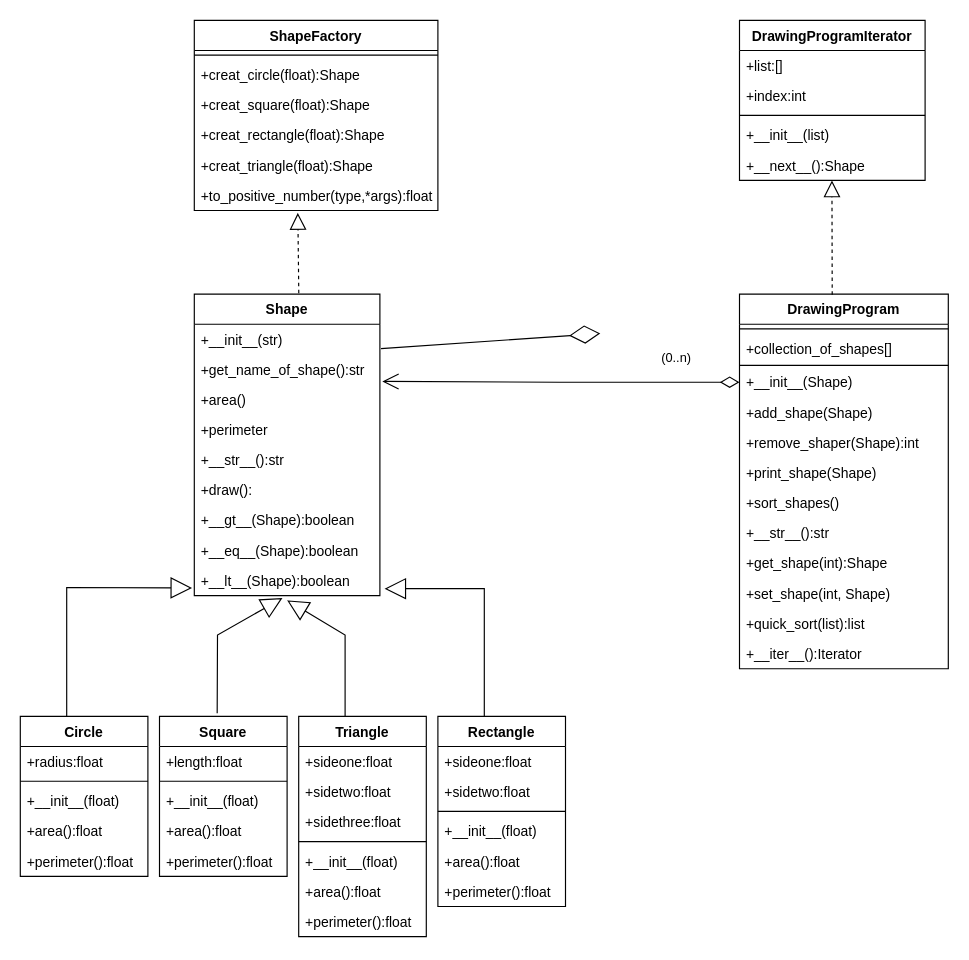
The draw.io diagram shapeUML.drawio in jing1988ab/shape_assingment, before the edit. Source tidied: cells renumbered, new cells numbered last; positions are measured from the earlier drawing's top-left corner, leaving out a move shared by most shapes. Both pictures are drawn from the tidied source at 116%, with x=0, y=0 at pixel (20, 20).
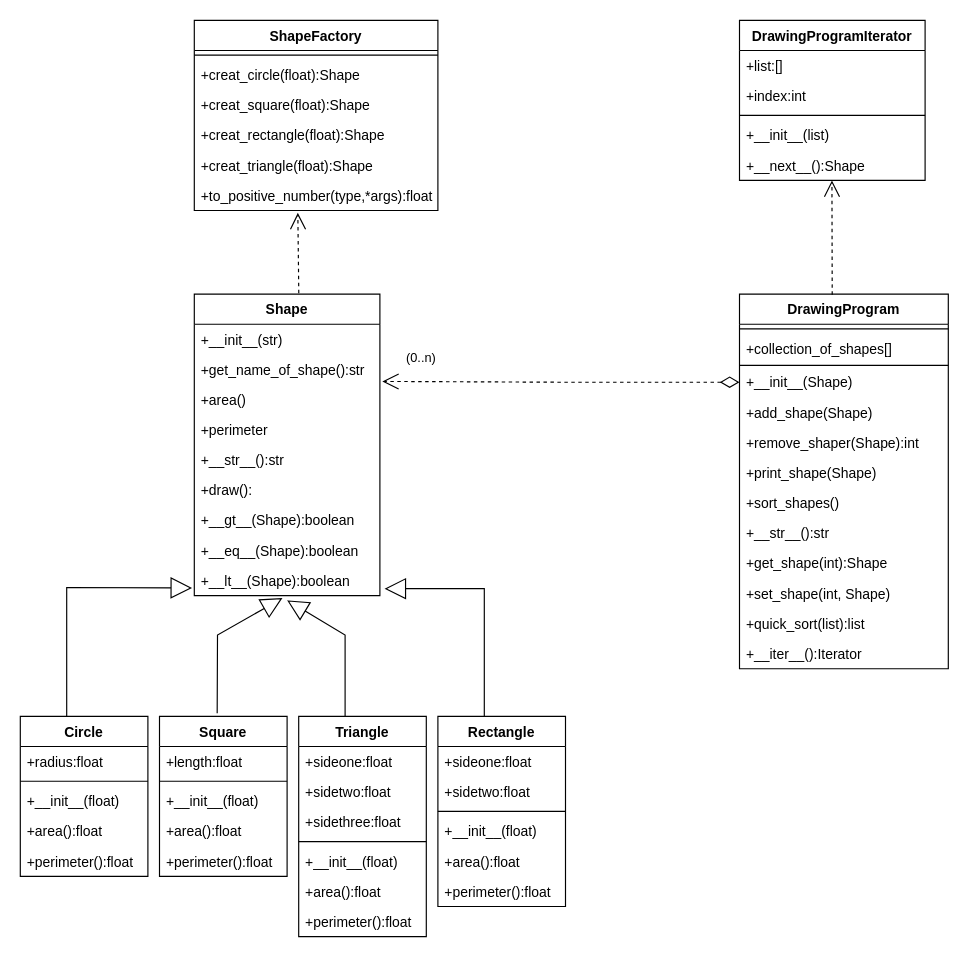
After the change.

Commit message (it also covers changes not shown here):
update uml diagram

The change refers to these unchanged cells:
```xml
<mxCell id="2" value="Shape" style="swimlane;fontStyle=1;align=center;verticalAlign=top;horizontal=1;startSize=26;" parent="1" vertex="1">
  <mxGeometry x="150" y="236" width="160" height="260" as="geometry" />
</mxCell>
<mxCell id="3" value="+__init__(str)" style="text;strokeColor=none;fillColor=none;align=left;verticalAlign=top;spacingLeft=4;spacingRight=4;overflow=hidden;points=[[0,0.5],[1,0.5]];portConstraint=eastwest;" parent="2" vertex="1">
  <mxGeometry y="26" width="160" height="26" as="geometry" />
</mxCell>
<mxCell id="5" value="+area()" style="text;strokeColor=none;fillColor=none;align=left;verticalAlign=top;spacingLeft=4;spacingRight=4;overflow=hidden;points=[[0,0.5],[1,0.5]];portConstraint=eastwest;" parent="2" vertex="1">
  <mxGeometry y="78" width="160" height="26" as="geometry" />
</mxCell>
<mxCell id="12" value="DrawingProgram" style="swimlane;fontStyle=1;align=center;verticalAlign=top;horizontal=1;startSize=26;fillColor=default;gradientColor=none;" parent="1" vertex="1">
  <mxGeometry x="620" y="236" width="180" height="323" as="geometry" />
</mxCell>
<mxCell id="16" value="+__init__(Shape)" style="text;strokeColor=none;fillColor=none;align=left;verticalAlign=top;spacingLeft=4;spacingRight=4;overflow=hidden;points=[[0,0.5],[1,0.5]];portConstraint=eastwest;" parent="12" vertex="1">
  <mxGeometry y="63" width="180" height="26" as="geometry" />
</mxCell>
<mxCell id="61" value="+to_positive_number(type,*args):float" style="text;strokeColor=none;fillColor=none;align=left;verticalAlign=top;spacingLeft=4;spacingRight=4;overflow=hidden;points=[[0,0.5],[1,0.5]];portConstraint=eastwest;" parent="55" vertex="1">
  <mxGeometry y="138" width="210" height="26" as="geometry" />
</mxCell>
```

Diff of the diagram source:
```diff
@@
-    <mxCell id="33" style="endArrow=diamondThin;endFill=0;endSize=24;html=1;rounded=0;exitX=1.006;exitY=0.808;exitDx=0;exitDy=0;exitPerimeter=0;" parent="1" edge="1" source="3">
-      <mxGeometry relative="1" as="geometry">
-        <mxPoint x="500" y="270" as="targetPoint" />
-      </mxGeometry>
-    </mxCell>
@@
-    <mxCell id="68" value="(0..n)" style="endArrow=open;html=1;endSize=12;startArrow=diamondThin;startSize=14;startFill=0;edgeStyle=orthogonalEdgeStyle;align=left;verticalAlign=bottom;rounded=0;exitX=0;exitY=0.5;exitDx=0;exitDy=0;entryX=1.013;entryY=-0.103;entryDx=0;entryDy=0;entryPerimeter=0;" parent="1" edge="1" source="16" target="5">
-      <mxGeometry x="-0.55" y="-12" relative="1" as="geometry" />
+    <mxCell id="68" value="(0..n)" style="endArrow=open;html=1;endSize=12;startArrow=diamondThin;startSize=14;startFill=0;edgeStyle=orthogonalEdgeStyle;align=left;verticalAlign=bottom;rounded=0;exitX=0;exitY=0.5;exitDx=0;exitDy=0;entryX=1.013;entryY=-0.103;entryDx=0;entryDy=0;entryPerimeter=0;dashed=1;" parent="1" edge="1" source="16" target="5">
+      <mxGeometry x="0.88" y="-11" relative="1" as="geometry" />
     </mxCell>
@@
-    <mxCell id="72" style="endArrow=block;dashed=1;endFill=0;endSize=12;html=1;rounded=0;entryX=0.425;entryY=1.077;entryDx=0;entryDy=0;entryPerimeter=0;exitX=0.563;exitY=-0.003;exitDx=0;exitDy=0;exitPerimeter=0;" parent="1" edge="1" source="2" target="61">
+    <mxCell id="72" style="endArrow=open;dashed=1;endFill=0;endSize=12;html=1;rounded=0;entryX=0.425;entryY=1.077;entryDx=0;entryDy=0;entryPerimeter=0;exitX=0.563;exitY=-0.003;exitDx=0;exitDy=0;exitPerimeter=0;" parent="1" edge="1" source="2" target="61">
       <mxGeometry relative="1" as="geometry" />
     </mxCell>
-    <mxCell id="73" style="endArrow=block;dashed=1;endFill=0;endSize=12;html=1;rounded=0;entryX=0.425;entryY=1.077;entryDx=0;entryDy=0;entryPerimeter=0;exitX=0.444;exitY=0.002;exitDx=0;exitDy=0;exitPerimeter=0;" parent="1" edge="1" source="12">
+    <mxCell id="73" style="endArrow=open;dashed=1;endFill=0;endSize=12;html=1;rounded=0;entryX=0.425;entryY=1.077;entryDx=0;entryDy=0;entryPerimeter=0;exitX=0.444;exitY=0.002;exitDx=0;exitDy=0;exitPerimeter=0;" parent="1" edge="1" source="12">
       <mxGeometry relative="1" as="geometry">
         <mxPoint x="699.7" y="138" as="targetPoint" />
       </mxGeometry>
     </mxCell>
```
